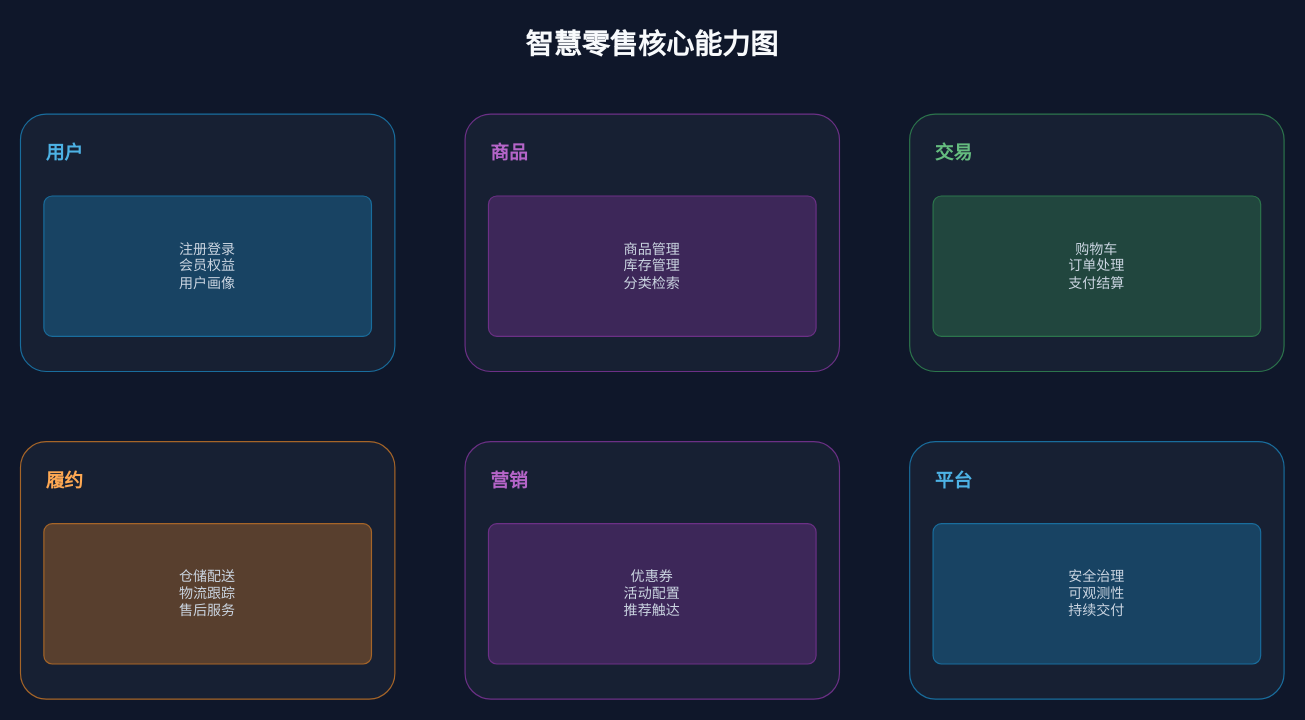
BeWaterMyFriend7/SKILL-PROJECT keeps this draw.io diagram as docs/xml-diagram/drawio/summary-vibrant-dark-smart-retail.drawio. Above is the earlier version. Source tidied: cells renumbered, new cells numbered last; positions are measured from the earlier drawing's top-left corner, leaving out a move shared by most shapes. Both pictures are drawn from the tidied source at 117%, with x=0, y=0 at pixel (20, 20).
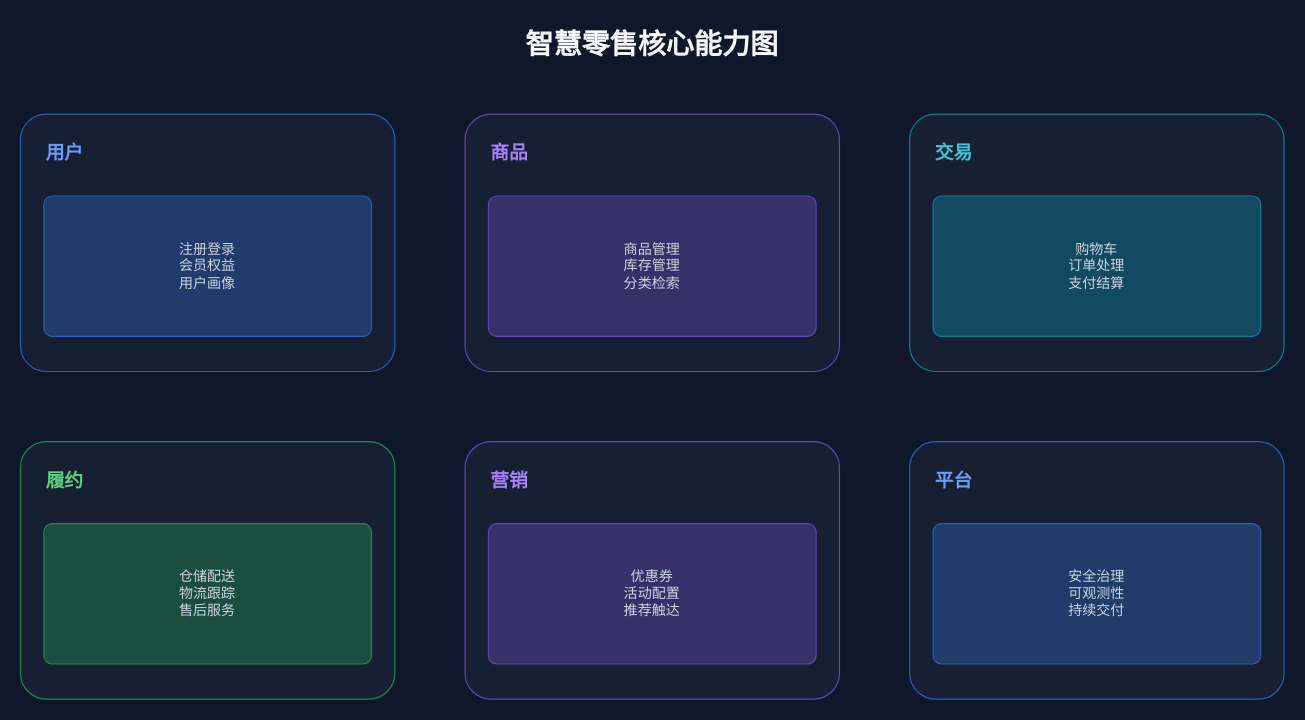
The same page after the edit.

Diff of the diagram source:
```diff
@@
-    <mxCell id="3" style="rounded=1;arcSize=10;fillColor=#172033;strokeColor=#196D9D;html=1;whiteSpace=wrap;fontFamily=Inter, Noto Sans SC, Microsoft YaHei, sans-serif;fontSize=12;fontColor=#CBD5E1;" parent="1" vertex="1">
+    <mxCell id="3" style="rounded=1;arcSize=10;fillColor=#172033;strokeColor=#2D5DAC;html=1;whiteSpace=wrap;fontFamily=Inter, Noto Sans SC, Microsoft YaHei, sans-serif;fontSize=12;fontColor=#CBD5E1;" parent="1" vertex="1">
       <mxGeometry y="80" width="320" height="220" as="geometry" />
     </mxCell>
-    <mxCell id="4" value="用户" style="text;strokeColor=none;fillColor=none;align=left;verticalAlign=middle;html=1;whiteSpace=wrap;fontFamily=Inter, Noto Sans SC, Microsoft YaHei, sans-serif;fontSize=16;fontColor=#4DB2E5;fontStyle=1;" parent="3" vertex="1">
+    <mxCell id="4" value="用户" style="text;strokeColor=none;fillColor=none;align=left;verticalAlign=middle;html=1;whiteSpace=wrap;fontFamily=Inter, Noto Sans SC, Microsoft YaHei, sans-serif;fontSize=16;fontColor=#669EF8;fontStyle=1;" parent="3" vertex="1">
       <mxGeometry x="20" y="16" width="280" height="34" as="geometry" />
     </mxCell>
-    <mxCell id="5" value="注册登录&#10;会员权益&#10;用户画像" style="rounded=1;arcSize=6;fillColor=#184363;strokeColor=#196D9D;align=center;verticalAlign=middle;html=1;whiteSpace=wrap;fontFamily=Inter, Noto Sans SC, Microsoft YaHei, sans-serif;fontSize=12;fontColor=#CBD5E1;" parent="3" vertex="1">
+    <mxCell id="5" value="注册登录&#10;会员权益&#10;用户画像" style="rounded=1;arcSize=6;fillColor=#213B6A;strokeColor=#2D5DAC;align=center;verticalAlign=middle;html=1;whiteSpace=wrap;fontFamily=Inter, Noto Sans SC, Microsoft YaHei, sans-serif;fontSize=12;fontColor=#CBD5E1;" parent="3" vertex="1">
       <mxGeometry x="20" y="70" width="280" height="120" as="geometry" />
     </mxCell>
-    <mxCell id="6" style="rounded=1;arcSize=10;fillColor=#172033;strokeColor=#6C3086;html=1;whiteSpace=wrap;fontFamily=Inter, Noto Sans SC, Microsoft YaHei, sans-serif;fontSize=12;fontColor=#CBD5E1;" parent="1" vertex="1">
+    <mxCell id="6" style="rounded=1;arcSize=10;fillColor=#172033;strokeColor=#5F45AC;html=1;whiteSpace=wrap;fontFamily=Inter, Noto Sans SC, Microsoft YaHei, sans-serif;fontSize=12;fontColor=#CBD5E1;" parent="1" vertex="1">
       <mxGeometry x="380" y="80" width="320" height="220" as="geometry" />
     </mxCell>
-    <mxCell id="7" value="商品" style="text;strokeColor=none;fillColor=none;align=left;verticalAlign=middle;html=1;whiteSpace=wrap;fontFamily=Inter, Noto Sans SC, Microsoft YaHei, sans-serif;fontSize=16;fontColor=#B565C8;fontStyle=1;" parent="6" vertex="1">
+    <mxCell id="7" value="商品" style="text;strokeColor=none;fillColor=none;align=left;verticalAlign=middle;html=1;whiteSpace=wrap;fontFamily=Inter, Noto Sans SC, Microsoft YaHei, sans-serif;fontSize=16;fontColor=#A580F8;fontStyle=1;" parent="6" vertex="1">
       <mxGeometry x="20" y="16" width="280" height="34" as="geometry" />
     </mxCell>
-    <mxCell id="8" value="商品管理&#10;库存管理&#10;分类检索" style="rounded=1;arcSize=6;fillColor=#3D2759;strokeColor=#6C3086;align=center;verticalAlign=middle;html=1;whiteSpace=wrap;fontFamily=Inter, Noto Sans SC, Microsoft YaHei, sans-serif;fontSize=12;fontColor=#CBD5E1;" parent="6" vertex="1">
+    <mxCell id="8" value="商品管理&#10;库存管理&#10;分类检索" style="rounded=1;arcSize=6;fillColor=#37316A;strokeColor=#5F45AC;align=center;verticalAlign=middle;html=1;whiteSpace=wrap;fontFamily=Inter, Noto Sans SC, Microsoft YaHei, sans-serif;fontSize=12;fontColor=#CBD5E1;" parent="6" vertex="1">
       <mxGeometry x="20" y="70" width="280" height="120" as="geometry" />
     </mxCell>
-    <mxCell id="9" style="rounded=1;arcSize=10;fillColor=#172033;strokeColor=#2C754C;html=1;whiteSpace=wrap;fontFamily=Inter, Noto Sans SC, Microsoft YaHei, sans-serif;fontSize=12;fontColor=#CBD5E1;" parent="1" vertex="1">
+    <mxCell id="9" style="rounded=1;arcSize=10;fillColor=#172033;strokeColor=#0C7D97;html=1;whiteSpace=wrap;fontFamily=Inter, Noto Sans SC, Microsoft YaHei, sans-serif;fontSize=12;fontColor=#CBD5E1;" parent="1" vertex="1">
       <mxGeometry x="760" y="80" width="320" height="220" as="geometry" />
     </mxCell>
-    <mxCell id="10" value="交易" style="text;strokeColor=none;fillColor=none;align=left;verticalAlign=middle;html=1;whiteSpace=wrap;fontFamily=Inter, Noto Sans SC, Microsoft YaHei, sans-serif;fontSize=16;fontColor=#65BC7F;fontStyle=1;" parent="9" vertex="1">
+    <mxCell id="10" value="交易" style="text;strokeColor=none;fillColor=none;align=left;verticalAlign=middle;html=1;whiteSpace=wrap;fontFamily=Inter, Noto Sans SC, Microsoft YaHei, sans-serif;fontSize=16;fontColor=#3DC6DD;fontStyle=1;" parent="9" vertex="1">
       <mxGeometry x="20" y="16" width="280" height="34" as="geometry" />
     </mxCell>
-    <mxCell id="11" value="购物车&#10;订单处理&#10;支付结算" style="rounded=1;arcSize=6;fillColor=#21463E;strokeColor=#2C754C;align=center;verticalAlign=middle;html=1;whiteSpace=wrap;fontFamily=Inter, Noto Sans SC, Microsoft YaHei, sans-serif;fontSize=12;fontColor=#CBD5E1;" parent="9" vertex="1">
+    <mxCell id="11" value="购物车&#10;订单处理&#10;支付结算" style="rounded=1;arcSize=6;fillColor=#124A60;strokeColor=#0C7D97;align=center;verticalAlign=middle;html=1;whiteSpace=wrap;fontFamily=Inter, Noto Sans SC, Microsoft YaHei, sans-serif;fontSize=12;fontColor=#CBD5E1;" parent="9" vertex="1">
       <mxGeometry x="20" y="70" width="280" height="120" as="geometry" />
     </mxCell>
-    <mxCell id="12" style="rounded=1;arcSize=10;fillColor=#172033;strokeColor=#A66528;html=1;whiteSpace=wrap;fontFamily=Inter, Noto Sans SC, Microsoft YaHei, sans-serif;fontSize=12;fontColor=#CBD5E1;" parent="1" vertex="1">
+    <mxCell id="12" style="rounded=1;arcSize=10;fillColor=#172033;strokeColor=#1E864E;html=1;whiteSpace=wrap;fontFamily=Inter, Noto Sans SC, Microsoft YaHei, sans-serif;fontSize=12;fontColor=#CBD5E1;" parent="1" vertex="1">
       <mxGeometry y="360" width="320" height="220" as="geometry" />
     </mxCell>
-    <mxCell id="13" value="履约" style="text;strokeColor=none;fillColor=none;align=left;verticalAlign=middle;html=1;whiteSpace=wrap;fontFamily=Inter, Noto Sans SC, Microsoft YaHei, sans-serif;fontSize=16;fontColor=#FEA853;fontStyle=1;" parent="12" vertex="1">
+    <mxCell id="13" value="履约" style="text;strokeColor=none;fillColor=none;align=left;verticalAlign=middle;html=1;whiteSpace=wrap;fontFamily=Inter, Noto Sans SC, Microsoft YaHei, sans-serif;fontSize=16;fontColor=#53D281;fontStyle=1;" parent="12" vertex="1">
       <mxGeometry x="20" y="16" width="280" height="34" as="geometry" />
     </mxCell>
-    <mxCell id="14" value="仓储配送&#10;物流跟踪&#10;售后服务" style="rounded=1;arcSize=6;fillColor=#583F2E;strokeColor=#A66528;align=center;verticalAlign=middle;html=1;whiteSpace=wrap;fontFamily=Inter, Noto Sans SC, Microsoft YaHei, sans-serif;fontSize=12;fontColor=#CBD5E1;" parent="12" vertex="1">
+    <mxCell id="14" value="仓储配送&#10;物流跟踪&#10;售后服务" style="rounded=1;arcSize=6;fillColor=#1A4E3F;strokeColor=#1E864E;align=center;verticalAlign=middle;html=1;whiteSpace=wrap;fontFamily=Inter, Noto Sans SC, Microsoft YaHei, sans-serif;fontSize=12;fontColor=#CBD5E1;" parent="12" vertex="1">
       <mxGeometry x="20" y="70" width="280" height="120" as="geometry" />
     </mxCell>
-    <mxCell id="15" style="rounded=1;arcSize=10;fillColor=#172033;strokeColor=#6C3086;html=1;whiteSpace=wrap;fontFamily=Inter, Noto Sans SC, Microsoft YaHei, sans-serif;fontSize=12;fontColor=#CBD5E1;" parent="1" vertex="1">
+    <mxCell id="15" style="rounded=1;arcSize=10;fillColor=#172033;strokeColor=#5F45AC;html=1;whiteSpace=wrap;fontFamily=Inter, Noto Sans SC, Microsoft YaHei, sans-serif;fontSize=12;fontColor=#CBD5E1;" parent="1" vertex="1">
       <mxGeometry x="380" y="360" width="320" height="220" as="geometry" />
     </mxCell>
-    <mxCell id="16" value="营销" style="text;strokeColor=none;fillColor=none;align=left;verticalAlign=middle;html=1;whiteSpace=wrap;fontFamily=Inter, Noto Sans SC, Microsoft YaHei, sans-serif;fontSize=16;fontColor=#B565C8;fontStyle=1;" parent="15" vertex="1">
+    <mxCell id="16" value="营销" style="text;strokeColor=none;fillColor=none;align=left;verticalAlign=middle;html=1;whiteSpace=wrap;fontFamily=Inter, Noto Sans SC, Microsoft YaHei, sans-serif;fontSize=16;fontColor=#A580F8;fontStyle=1;" parent="15" vertex="1">
       <mxGeometry x="20" y="16" width="280" height="34" as="geometry" />
     </mxCell>
-    <mxCell id="17" value="优惠券&#10;活动配置&#10;推荐触达" style="rounded=1;arcSize=6;fillColor=#3D2759;strokeColor=#6C3086;align=center;verticalAlign=middle;html=1;whiteSpace=wrap;fontFamily=Inter, Noto Sans SC, Microsoft YaHei, sans-serif;fontSize=12;fontColor=#CBD5E1;" parent="15" vertex="1">
+    <mxCell id="17" value="优惠券&#10;活动配置&#10;推荐触达" style="rounded=1;arcSize=6;fillColor=#37316A;strokeColor=#5F45AC;align=center;verticalAlign=middle;html=1;whiteSpace=wrap;fontFamily=Inter, Noto Sans SC, Microsoft YaHei, sans-serif;fontSize=12;fontColor=#CBD5E1;" parent="15" vertex="1">
       <mxGeometry x="20" y="70" width="280" height="120" as="geometry" />
     </mxCell>
-    <mxCell id="18" style="rounded=1;arcSize=10;fillColor=#172033;strokeColor=#196D9D;html=1;whiteSpace=wrap;fontFamily=Inter, Noto Sans SC, Microsoft YaHei, sans-serif;fontSize=12;fontColor=#CBD5E1;" parent="1" vertex="1">
+    <mxCell id="18" style="rounded=1;arcSize=10;fillColor=#172033;strokeColor=#2D5DAC;html=1;whiteSpace=wrap;fontFamily=Inter, Noto Sans SC, Microsoft YaHei, sans-serif;fontSize=12;fontColor=#CBD5E1;" parent="1" vertex="1">
       <mxGeometry x="760" y="360" width="320" height="220" as="geometry" />
     </mxCell>
-    <mxCell id="19" value="平台" style="text;strokeColor=none;fillColor=none;align=left;verticalAlign=middle;html=1;whiteSpace=wrap;fontFamily=Inter, Noto Sans SC, Microsoft YaHei, sans-serif;fontSize=16;fontColor=#4DB2E5;fontStyle=1;" parent="18" vertex="1">
+    <mxCell id="19" value="平台" style="text;strokeColor=none;fillColor=none;align=left;verticalAlign=middle;html=1;whiteSpace=wrap;fontFamily=Inter, Noto Sans SC, Microsoft YaHei, sans-serif;fontSize=16;fontColor=#669EF8;fontStyle=1;" parent="18" vertex="1">
       <mxGeometry x="20" y="16" width="280" height="34" as="geometry" />
     </mxCell>
-    <mxCell id="20" value="安全治理&#10;可观测性&#10;持续交付" style="rounded=1;arcSize=6;fillColor=#184363;strokeColor=#196D9D;align=center;verticalAlign=middle;html=1;whiteSpace=wrap;fontFamily=Inter, Noto Sans SC, Microsoft YaHei, sans-serif;fontSize=12;fontColor=#CBD5E1;" parent="18" vertex="1">
+    <mxCell id="20" value="安全治理&#10;可观测性&#10;持续交付" style="rounded=1;arcSize=6;fillColor=#213B6A;strokeColor=#2D5DAC;align=center;verticalAlign=middle;html=1;whiteSpace=wrap;fontFamily=Inter, Noto Sans SC, Microsoft YaHei, sans-serif;fontSize=12;fontColor=#CBD5E1;" parent="18" vertex="1">
       <mxGeometry x="20" y="70" width="280" height="120" as="geometry" />
     </mxCell>
```
